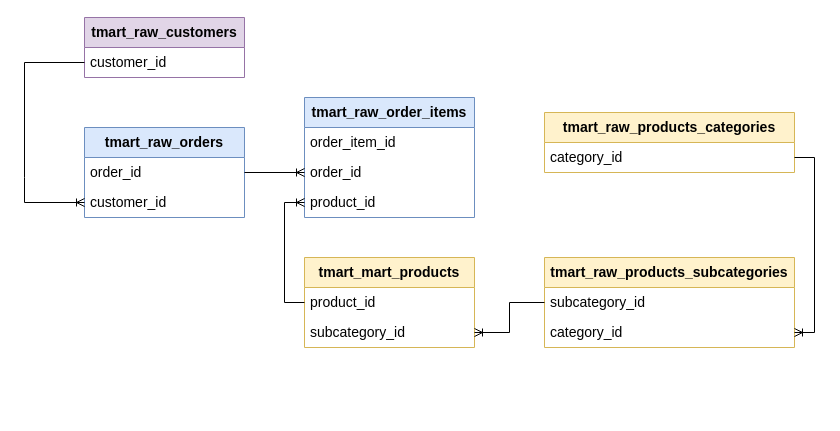
Above: src/draw.io/Source_Data.drawio in Im-TARO/Tmart (draw.io), before the change. Source tidied: cells renumbered, new cells numbered last; positions are measured from the earlier drawing's top-left corner, leaving out a move shared by most shapes. Both pictures are drawn from the tidied source at 100%, with x=0, y=0 at pixel (24, 17).
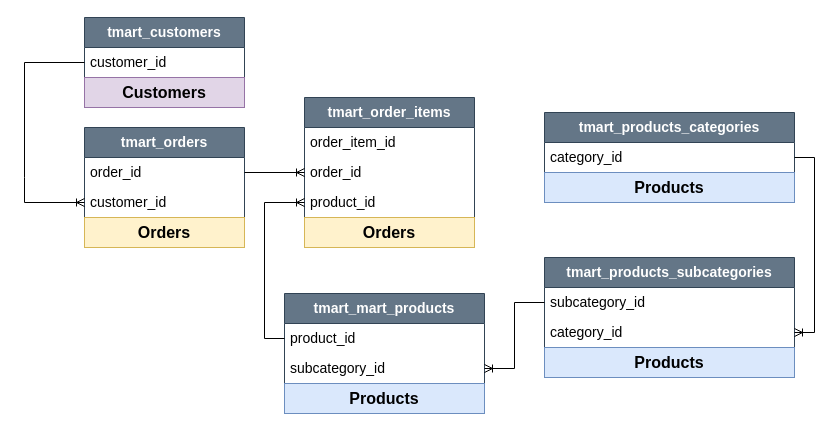
The same diagram, later.

What changed in the source:
```diff
@@
-    <mxCell id="2" value="tmart_raw_customers" style="swimlane;fontStyle=1;horizontal=1;startSize=30;whiteSpace=wrap;html=1;fontSize=14;fillColor=#e1d5e7;strokeColor=#9673a6;" parent="1" vertex="1">
+    <mxCell id="2" value="tmart_customers" style="swimlane;fontStyle=1;horizontal=1;startSize=30;whiteSpace=wrap;html=1;fontSize=14;fillColor=#647687;strokeColor=#314354;fontColor=#ffffff;" parent="1" vertex="1">
       <mxGeometry x="60" width="160" height="60" as="geometry" />
     </mxCell>
@@
-    <mxCell id="4" value="tmart_raw_orders" style="swimlane;fontStyle=1;horizontal=1;startSize=30;whiteSpace=wrap;html=1;fontSize=14;fillColor=#dae8fc;strokeColor=#6c8ebf;" parent="1" vertex="1">
+    <mxCell id="4" value="tmart_orders" style="swimlane;fontStyle=1;horizontal=1;startSize=30;whiteSpace=wrap;html=1;fontSize=14;fillColor=#647687;strokeColor=#314354;fontColor=#ffffff;" parent="1" vertex="1">
       <mxGeometry x="60" y="110" width="160" height="90" as="geometry" />
     </mxCell>
@@
-    <mxCell id="8" value="&lt;b&gt;&lt;font style=&quot;font-size: 14px;&quot;&gt;tmart_raw_order_items&lt;/font&gt;&lt;/b&gt;" style="swimlane;fontStyle=0;horizontal=1;startSize=30;whiteSpace=wrap;html=1;fillColor=#dae8fc;strokeColor=#6c8ebf;" parent="1" vertex="1">
+    <mxCell id="8" value="&lt;b&gt;&lt;font style=&quot;font-size: 14px;&quot;&gt;tmart_order_items&lt;/font&gt;&lt;/b&gt;" style="swimlane;fontStyle=0;horizontal=1;startSize=30;whiteSpace=wrap;html=1;fillColor=#647687;strokeColor=#314354;fontColor=#ffffff;" parent="1" vertex="1">
       <mxGeometry x="280" y="80" width="170" height="120" as="geometry" />
     </mxCell>
@@
-    <mxCell id="13" value="&lt;b&gt;&lt;font style=&quot;font-size: 14px;&quot;&gt;tmart_mart_products&lt;/font&gt;&lt;/b&gt;" style="swimlane;fontStyle=0;horizontal=1;startSize=30;whiteSpace=wrap;html=1;fillColor=#fff2cc;strokeColor=#d6b656;" parent="1" vertex="1">
-      <mxGeometry x="280" y="240" width="170" height="90" as="geometry" />
+    <mxCell id="13" value="&lt;b&gt;&lt;font style=&quot;font-size: 14px;&quot;&gt;tmart_mart_products&lt;/font&gt;&lt;/b&gt;" style="swimlane;fontStyle=0;horizontal=1;startSize=30;whiteSpace=wrap;html=1;fillColor=#647687;strokeColor=#314354;fontColor=#ffffff;" parent="1" vertex="1">
+      <mxGeometry x="260" y="276" width="200" height="90" as="geometry" />
     </mxCell>
     <mxCell id="14" value="product_id" style="text;strokeColor=none;fillColor=none;align=left;verticalAlign=middle;spacingLeft=4;spacingRight=4;overflow=hidden;points=[[0,0.5],[1,0.5]];portConstraint=eastwest;whiteSpace=wrap;html=1;fontSize=14;" parent="13" vertex="1">
-      <mxGeometry y="30" width="170" height="30" as="geometry" />
+      <mxGeometry y="30" width="200" height="30" as="geometry" />
     </mxCell>
     <mxCell id="15" value="subcategory_id" style="text;strokeColor=none;fillColor=none;align=left;verticalAlign=middle;spacingLeft=4;spacingRight=4;overflow=hidden;points=[[0,0.5],[1,0.5]];portConstraint=eastwest;whiteSpace=wrap;html=1;fontSize=14;" parent="13" vertex="1">
-      <mxGeometry y="60" width="170" height="30" as="geometry" />
+      <mxGeometry y="60" width="200" height="30" as="geometry" />
     </mxCell>
@@
-    <mxCell id="17" value="&lt;b&gt;&lt;font style=&quot;font-size: 14px;&quot;&gt;tmart_raw_products_subcategories&lt;/font&gt;&lt;/b&gt;" style="swimlane;fontStyle=0;horizontal=1;startSize=30;whiteSpace=wrap;html=1;fillColor=#fff2cc;strokeColor=#d6b656;" parent="1" vertex="1">
+    <mxCell id="17" value="&lt;b&gt;&lt;font style=&quot;font-size: 14px;&quot;&gt;tmart_products_subcategories&lt;/font&gt;&lt;/b&gt;" style="swimlane;fontStyle=0;horizontal=1;startSize=30;whiteSpace=wrap;html=1;fillColor=#647687;strokeColor=#314354;fontColor=#ffffff;" parent="1" vertex="1">
       <mxGeometry x="520" y="240" width="250" height="90" as="geometry" />
     </mxCell>
@@
-    <mxCell id="21" value="&lt;b&gt;&lt;font style=&quot;font-size: 14px;&quot;&gt;tmart_raw_products_categories&lt;/font&gt;&lt;/b&gt;" style="swimlane;fontStyle=0;horizontal=1;startSize=30;whiteSpace=wrap;html=1;fillColor=#fff2cc;strokeColor=#d6b656;" parent="1" vertex="1">
+    <mxCell id="21" value="&lt;b&gt;&lt;font style=&quot;font-size: 14px;&quot;&gt;tmart_products_categories&lt;/font&gt;&lt;/b&gt;" style="swimlane;fontStyle=0;horizontal=1;startSize=30;whiteSpace=wrap;html=1;fillColor=#647687;strokeColor=#314354;fontColor=#ffffff;" parent="1" vertex="1">
       <mxGeometry x="520" y="95" width="250" height="60" as="geometry" />
     </mxCell>
@@
+    <mxCell id="24" value="Customers" style="rounded=0;whiteSpace=wrap;html=1;fontStyle=1;fontSize=16;fillColor=#e1d5e7;strokeColor=#9673a6;" parent="1" vertex="1">
+      <mxGeometry x="60" y="60" width="160" height="30" as="geometry" />
+    </mxCell>
+    <mxCell id="25" value="Products" style="rounded=0;whiteSpace=wrap;html=1;fontStyle=1;fontSize=16;fillColor=#dae8fc;strokeColor=#6c8ebf;" parent="1" vertex="1">
+      <mxGeometry x="520" y="155" width="250" height="30" as="geometry" />
+    </mxCell>
+    <mxCell id="26" value="Orders" style="rounded=0;whiteSpace=wrap;html=1;fontStyle=1;fontSize=16;fillColor=#fff2cc;strokeColor=#d6b656;" parent="1" vertex="1">
+      <mxGeometry x="280" y="200" width="170" height="30" as="geometry" />
+    </mxCell>
+    <mxCell id="27" value="Products" style="rounded=0;whiteSpace=wrap;html=1;fontStyle=1;fontSize=16;fillColor=#dae8fc;strokeColor=#6c8ebf;" parent="1" vertex="1">
+      <mxGeometry x="520" y="330" width="250" height="30" as="geometry" />
+    </mxCell>
+    <mxCell id="28" value="Products" style="rounded=0;whiteSpace=wrap;html=1;fontStyle=1;fontSize=16;fillColor=#dae8fc;strokeColor=#6c8ebf;" parent="1" vertex="1">
+      <mxGeometry x="260" y="366" width="200" height="30" as="geometry" />
+    </mxCell>
+    <mxCell id="29" value="Orders" style="rounded=0;whiteSpace=wrap;html=1;fontStyle=1;fontSize=16;fillColor=#fff2cc;strokeColor=#d6b656;" parent="1" vertex="1">
+      <mxGeometry x="60" y="200" width="160" height="30" as="geometry" />
+    </mxCell>
```
